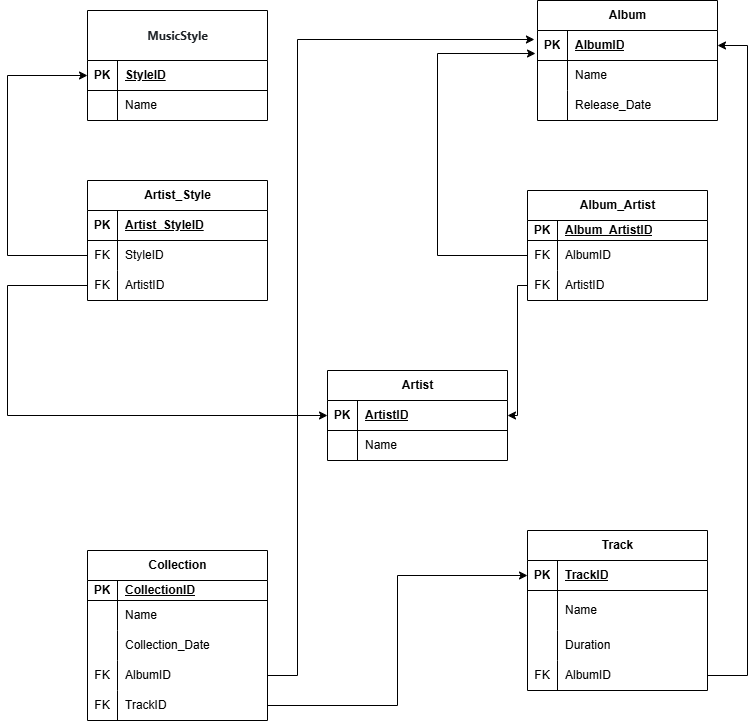
Before: Задание_№2.png, a diagram exported from draw.io (Maxick72/DB_for_python). Source tidied: cells renumbered, new cells last; positions are measured from the earlier drawing's top-left corner, leaving out a move shared by most shapes.
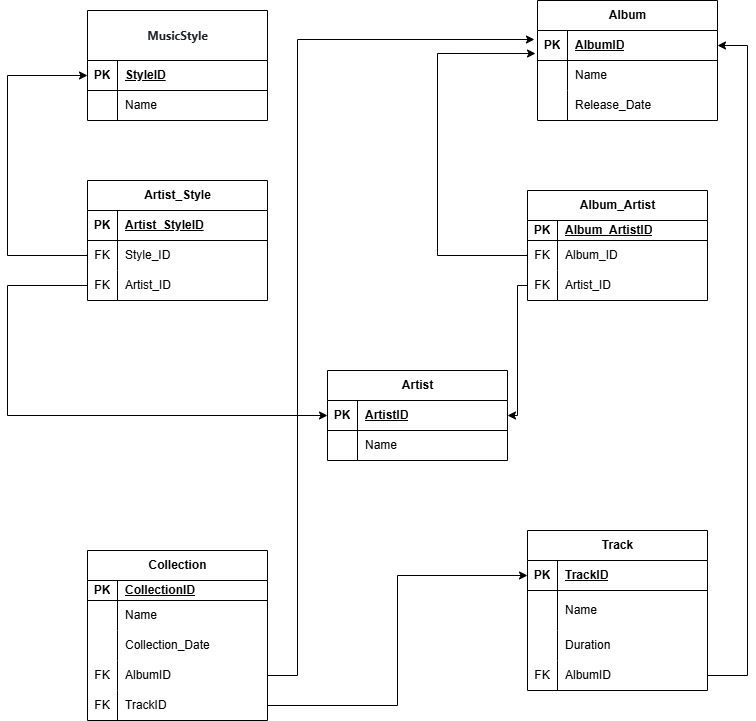
After the commit.

Commit message:
full modification homework #2 PNG and drawio

What changed in the source:
```diff
@@ -179,7 +179,7 @@
     <mxCell id="60" value="FK" style="shape=partialRectangle;fillColor=none;top=0;left=0;bottom=0;right=0;overflow=hidden;whiteSpace=wrap;html=1;" parent="59" vertex="1">
       <mxGeometry width="30" height="30" as="geometry" />
     </mxCell>
-    <mxCell id="61" value="StyleID&amp;nbsp;" style="shape=partialRectangle;fillColor=none;top=0;left=0;bottom=0;right=0;align=left;spacingLeft=6;overflow=hidden;whiteSpace=wrap;html=1;" parent="59" vertex="1">
+    <mxCell id="61" value="Style_ID&amp;nbsp;" style="shape=partialRectangle;fillColor=none;top=0;left=0;bottom=0;right=0;align=left;spacingLeft=6;overflow=hidden;whiteSpace=wrap;html=1;" parent="59" vertex="1">
       <mxGeometry x="30" width="150" height="30" as="geometry" />
     </mxCell>
     <mxCell id="62" style="shape=tableRow;horizontal=0;startSize=0;swimlaneHead=0;swimlaneBody=0;fillColor=none;points=[[0,0.5],[1,0.5]];portConstraint=eastwest;top=0;left=0;right=0;bottom=0;" parent="55" vertex="1">
@@ -188,7 +188,7 @@
     <mxCell id="63" value="FK" style="shape=partialRectangle;fillColor=none;top=0;left=0;bottom=0;right=0;overflow=hidden;whiteSpace=wrap;html=1;" parent="62" vertex="1">
       <mxGeometry width="30" height="30" as="geometry" />
     </mxCell>
-    <mxCell id="64" value="ArtistID" style="shape=partialRectangle;fillColor=none;top=0;left=0;bottom=0;right=0;align=left;spacingLeft=6;overflow=hidden;whiteSpace=wrap;html=1;" parent="62" vertex="1">
+    <mxCell id="64" value="Artist_ID" style="shape=partialRectangle;fillColor=none;top=0;left=0;bottom=0;right=0;align=left;spacingLeft=6;overflow=hidden;whiteSpace=wrap;html=1;" parent="62" vertex="1">
       <mxGeometry x="30" width="150" height="30" as="geometry" />
     </mxCell>
     <mxCell id="65" value="Album_Artist" style="shape=table;startSize=30;rowLines=0;fontStyle=1;align=center;html=1;" parent="1" vertex="1">
@@ -209,7 +209,7 @@
     <mxCell id="70" value="FK" style="shape=partialRectangle;fillColor=none;top=0;left=0;bottom=0;right=0;overflow=hidden;whiteSpace=wrap;html=1;" parent="69" vertex="1">
       <mxGeometry width="30" height="30" as="geometry" />
     </mxCell>
-    <mxCell id="71" value="AlbumID" style="shape=partialRectangle;fillColor=none;top=0;left=0;bottom=0;right=0;align=left;spacingLeft=6;overflow=hidden;whiteSpace=wrap;html=1;" parent="69" vertex="1">
+    <mxCell id="71" value="Album_ID" style="shape=partialRectangle;fillColor=none;top=0;left=0;bottom=0;right=0;align=left;spacingLeft=6;overflow=hidden;whiteSpace=wrap;html=1;" parent="69" vertex="1">
       <mxGeometry x="30" width="150" height="30" as="geometry" />
     </mxCell>
     <mxCell id="72" style="shape=tableRow;horizontal=0;startSize=0;swimlaneHead=0;swimlaneBody=0;fillColor=none;points=[[0,0.5],[1,0.5]];portConstraint=eastwest;top=0;left=0;right=0;bottom=0;" parent="65" vertex="1">
@@ -218,7 +218,7 @@
     <mxCell id="73" value="FK" style="shape=partialRectangle;fillColor=none;top=0;left=0;bottom=0;right=0;overflow=hidden;whiteSpace=wrap;html=1;" parent="72" vertex="1">
       <mxGeometry width="30" height="30" as="geometry" />
     </mxCell>
-    <mxCell id="74" value="ArtistID" style="shape=partialRectangle;fillColor=none;top=0;left=0;bottom=0;right=0;align=left;spacingLeft=6;overflow=hidden;whiteSpace=wrap;html=1;" parent="72" vertex="1">
+    <mxCell id="74" value="Artist_ID" style="shape=partialRectangle;fillColor=none;top=0;left=0;bottom=0;right=0;align=left;spacingLeft=6;overflow=hidden;whiteSpace=wrap;html=1;" parent="72" vertex="1">
       <mxGeometry x="30" width="150" height="30" as="geometry" />
     </mxCell>
     <mxCell id="75" style="edgeStyle=orthogonalEdgeStyle;rounded=0;jettySize=auto;html=1;entryX=0;entryY=0.5;entryDx=0;entryDy=0;exitX=0;exitY=0.5;exitDx=0;exitDy=0;" parent="1" edge="1" source="59" target="3">
```
